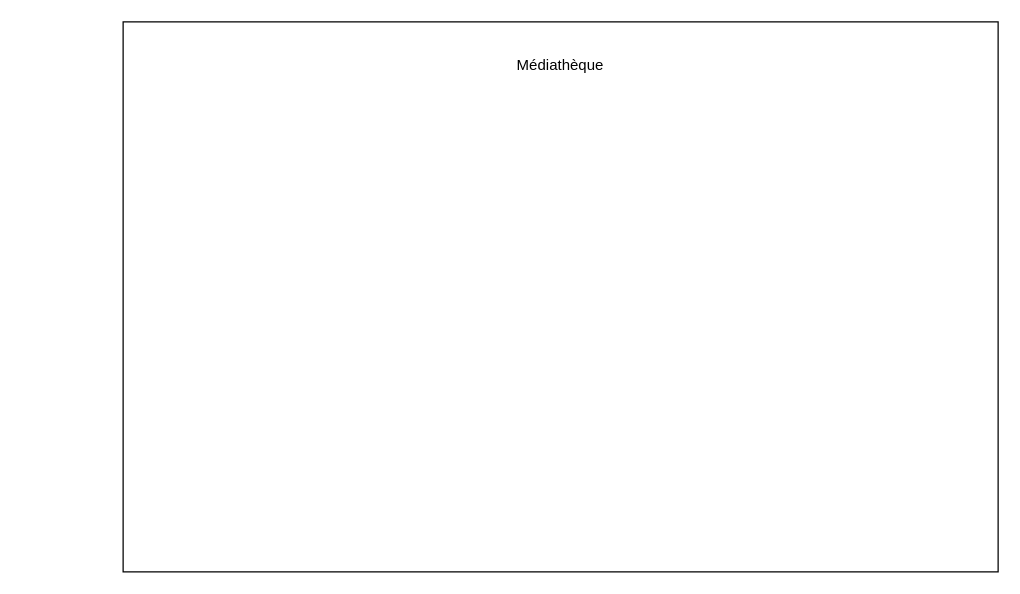
Earlier version of the draw.io diagram mediatheque.drawio (clairenollet/uml-and-rup). Source tidied: cells renumbered, new cells numbered last; positions are measured from the earlier drawing's top-left corner, leaving out a move shared by most shapes. Both pictures are drawn from the tidied source at 125%, with x=0, y=0 at pixel (122, 21).
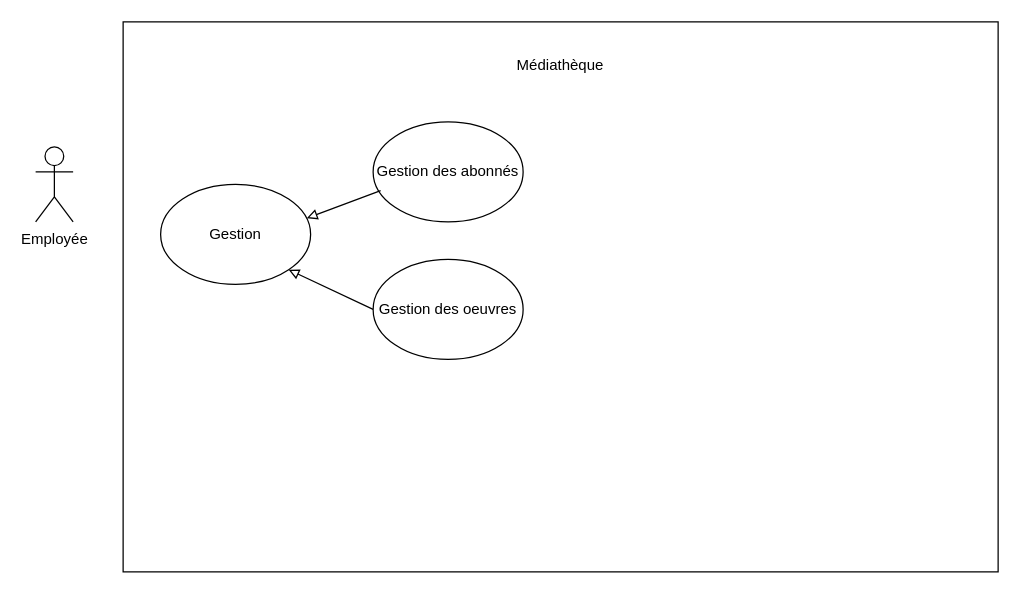
After the change.

Change to the diagram source:
```diff
@@
 <mxGraphModel>
   <root>
     <mxCell id="0" />
     <mxCell id="1" parent="0" />
     <mxCell id="2" style="rounded=0;whiteSpace=wrap;html=1;" parent="1" vertex="1">
       <mxGeometry width="700" height="440" as="geometry" />
     </mxCell>
     <mxCell id="3" value="Médiathèque" style="text;html=1;strokeColor=none;fillColor=none;align=center;verticalAlign=middle;whiteSpace=wrap;rounded=0;" parent="1" vertex="1">
       <mxGeometry x="300" y="20" width="100" height="30" as="geometry" />
     </mxCell>
+    <mxCell id="4" value="Employée" style="shape=umlActor;verticalLabelPosition=bottom;verticalAlign=top;html=1;" parent="1" vertex="1">
+      <mxGeometry x="-70" y="100" width="30" height="60" as="geometry" />
+    </mxCell>
+    <mxCell id="5" value="Gestion des abonnés" style="ellipse;whiteSpace=wrap;html=1;" parent="1" vertex="1">
+      <mxGeometry x="200" y="80" width="120" height="80" as="geometry" />
+    </mxCell>
+    <mxCell id="6" value="Gestion des oeuvres" style="ellipse;whiteSpace=wrap;html=1;" parent="1" vertex="1">
+      <mxGeometry x="200" y="190" width="120" height="80" as="geometry" />
+    </mxCell>
+    <mxCell id="7" value="Gestion" style="ellipse;whiteSpace=wrap;html=1;" parent="1" vertex="1">
+      <mxGeometry x="30" y="130" width="120" height="80" as="geometry" />
+    </mxCell>
+    <mxCell id="8" style="endArrow=block;html=1;rounded=0;entryX=0.975;entryY=0.338;entryDx=0;entryDy=0;entryPerimeter=0;exitX=0.05;exitY=0.688;exitDx=0;exitDy=0;exitPerimeter=0;endFill=0;" parent="1" edge="1" source="5" target="7">
+      <mxGeometry relative="1" as="geometry" />
+    </mxCell>
+    <mxCell id="9" style="endArrow=block;html=1;rounded=0;entryX=1;entryY=1;entryDx=0;entryDy=0;exitX=0;exitY=0.5;exitDx=0;exitDy=0;endFill=0;" parent="1" edge="1" source="6" target="7">
+      <mxGeometry relative="1" as="geometry" />
+    </mxCell>
   </root>
 </mxGraphModel>
```
